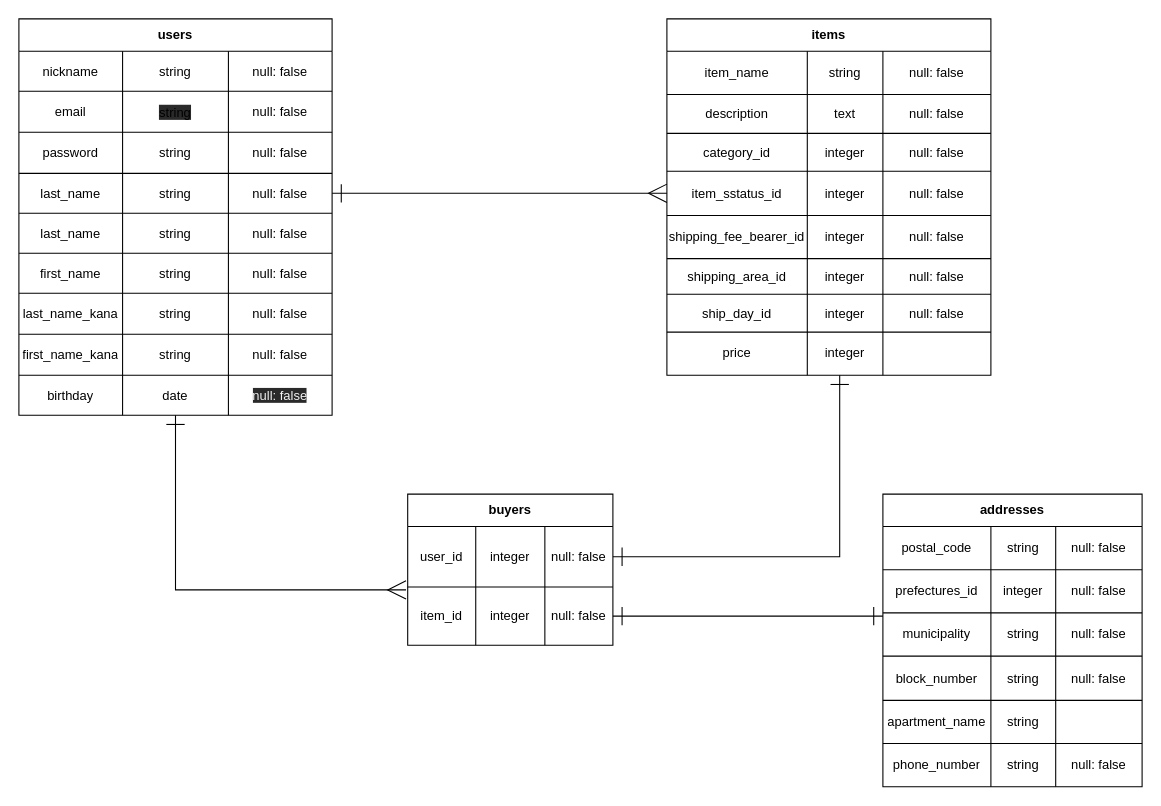
Earlier version of the draw.io diagram erd.dio (kyo-max/furima-29071). Source tidied: cells renumbered, new cells numbered last; positions are measured from the earlier drawing's top-left corner, leaving out a move shared by most shapes. Both pictures are drawn from the tidied source at 108%, with x=0, y=0 at pixel (18, 18).
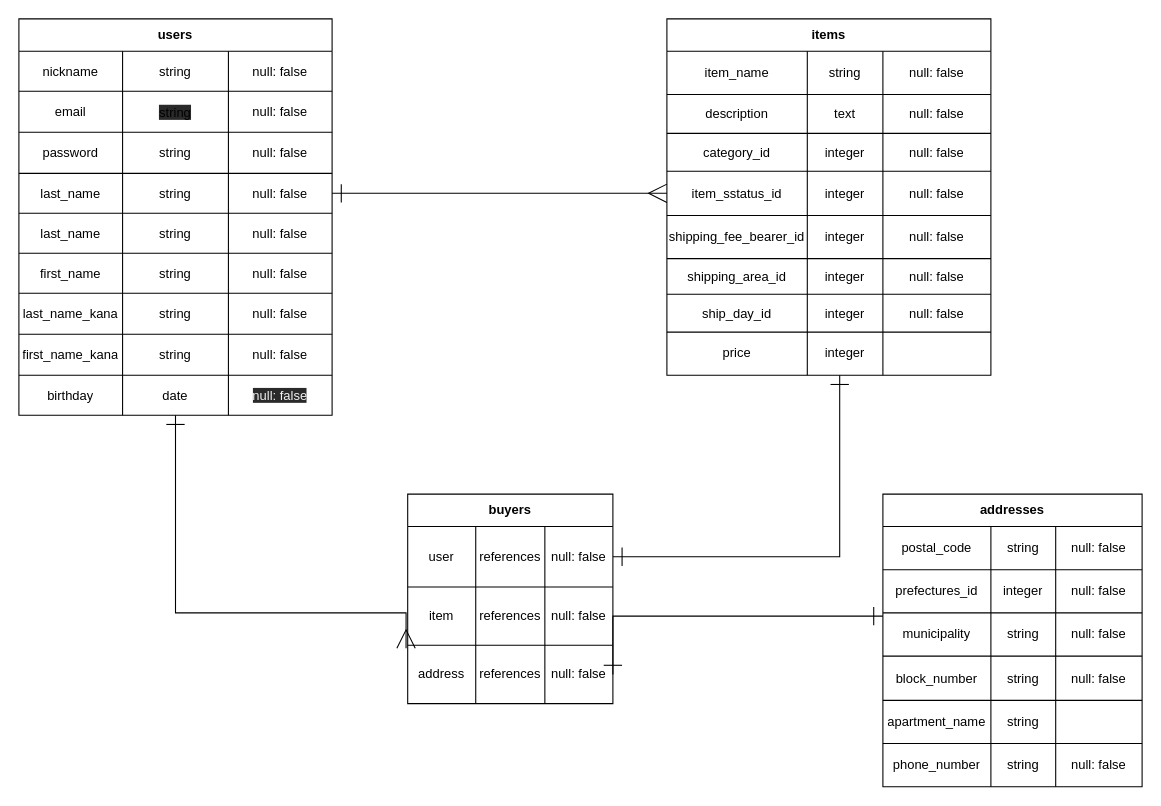
Above is the later version.

Commit message (it also covers changes not shown here):
テーブル設計修正_3

Unchanged cells that the change refers to:
```xml
<mxCell id="3" value="users" style="shape=table;html=1;whiteSpace=wrap;startSize=30;childLayout=tableLayout;fontStyle=1;align=center;" parent="1" vertex="1">
  <mxGeometry width="290" height="367" as="geometry" />
</mxCell>
<mxCell id="99" style="shape=partialRectangle;html=1;whiteSpace=wrap;fillColor=none;top=0;left=0;bottom=0;right=0;points=[[0,0.5],[1,0.5]];portConstraint=eastwest;" parent="98" vertex="1">
  <mxGeometry y="30" width="190" height="56" as="geometry" />
</mxCell>
```

Change to the diagram source:
```diff
@@
     <mxCell id="2" style="edgeStyle=orthogonalEdgeStyle;rounded=0;jettySize=auto;html=1;entryX=-0.008;entryY=0.05;entryDx=0;entryDy=0;entryPerimeter=0;endArrow=ERmany;endFill=0;endSize=15;startArrow=ERone;startFill=0;startSize=15;" parent="1" edge="1" source="3" target="103">
-      <mxGeometry relative="1" as="geometry" />
+      <mxGeometry relative="1" as="geometry">
+        <Array as="points">
+          <mxPoint x="145" y="550" />
+          <mxPoint x="359" y="550" />
+        </Array>
+      </mxGeometry>
     </mxCell>
@@
     <mxCell id="98" value="buyers" style="shape=table;html=1;whiteSpace=wrap;startSize=30;childLayout=tableLayout;fontStyle=1;align=center;" parent="1" vertex="1">
-      <mxGeometry x="360" y="440" width="190" height="140" as="geometry" />
+      <mxGeometry x="360" y="440" width="190" height="194" as="geometry" />
     </mxCell>
@@
-    <mxCell id="100" value="user_id" style="shape=partialRectangle;html=1;whiteSpace=wrap;fillColor=none;top=0;left=0;bottom=0;right=0;overflow=hidden;" parent="99" vertex="1">
+    <mxCell id="100" value="user" style="shape=partialRectangle;html=1;whiteSpace=wrap;fillColor=none;top=0;left=0;bottom=0;right=0;overflow=hidden;" parent="99" vertex="1">
       <mxGeometry width="63" height="56" as="geometry" />
     </mxCell>
-    <mxCell id="101" value="integer" style="shape=partialRectangle;html=1;whiteSpace=wrap;fillColor=none;top=0;left=0;bottom=0;right=0;overflow=hidden;" parent="99" vertex="1">
+    <mxCell id="101" value="references" style="shape=partialRectangle;html=1;whiteSpace=wrap;fillColor=none;top=0;left=0;bottom=0;right=0;overflow=hidden;" parent="99" vertex="1">
       <mxGeometry x="63" width="64" height="56" as="geometry" />
     </mxCell>
@@
+    <mxCell id="110" style="shape=partialRectangle;html=1;whiteSpace=wrap;fillColor=none;top=0;left=0;bottom=0;right=0;" parent="98" vertex="1">
+      <mxGeometry y="86" width="190" height="54" as="geometry" />
+    </mxCell>
+    <mxCell id="111" value="item" style="shape=partialRectangle;html=1;whiteSpace=wrap;fillColor=none;top=0;left=0;bottom=0;right=0;overflow=hidden;" parent="110" vertex="1">
+      <mxGeometry width="63" height="54" as="geometry" />
+    </mxCell>
+    <mxCell id="112" value="references" style="shape=partialRectangle;html=1;whiteSpace=wrap;fillColor=none;top=0;left=0;bottom=0;right=0;overflow=hidden;" parent="110" vertex="1">
+      <mxGeometry x="63" width="64" height="54" as="geometry" />
+    </mxCell>
+    <mxCell id="113" value="null: false" style="shape=partialRectangle;html=1;whiteSpace=wrap;fillColor=none;top=0;left=0;bottom=0;right=0;overflow=hidden;" parent="110" vertex="1">
+      <mxGeometry x="127" width="63" height="54" as="geometry" />
+    </mxCell>
     <mxCell id="103" style="shape=partialRectangle;html=1;whiteSpace=wrap;fillColor=none;top=0;left=0;bottom=0;right=0;points=[[0,0.5],[1,0.5]];portConstraint=eastwest;" parent="98" vertex="1">
-      <mxGeometry y="86" width="190" height="54" as="geometry" />
+      <mxGeometry y="140" width="190" height="54" as="geometry" />
     </mxCell>
-    <mxCell id="104" value="item_id" style="shape=partialRectangle;html=1;whiteSpace=wrap;fillColor=none;top=0;left=0;bottom=0;right=0;overflow=hidden;" parent="103" vertex="1">
+    <mxCell id="104" value="address" style="shape=partialRectangle;html=1;whiteSpace=wrap;fillColor=none;top=0;left=0;bottom=0;right=0;overflow=hidden;" parent="103" vertex="1">
       <mxGeometry width="63" height="54" as="geometry" />
     </mxCell>
-    <mxCell id="105" value="integer" style="shape=partialRectangle;html=1;whiteSpace=wrap;fillColor=none;top=0;left=0;bottom=0;right=0;overflow=hidden;" parent="103" vertex="1">
+    <mxCell id="105" value="references" style="shape=partialRectangle;html=1;whiteSpace=wrap;fillColor=none;top=0;left=0;bottom=0;right=0;overflow=hidden;" parent="103" vertex="1">
       <mxGeometry x="63" width="64" height="54" as="geometry" />
     </mxCell>
```
